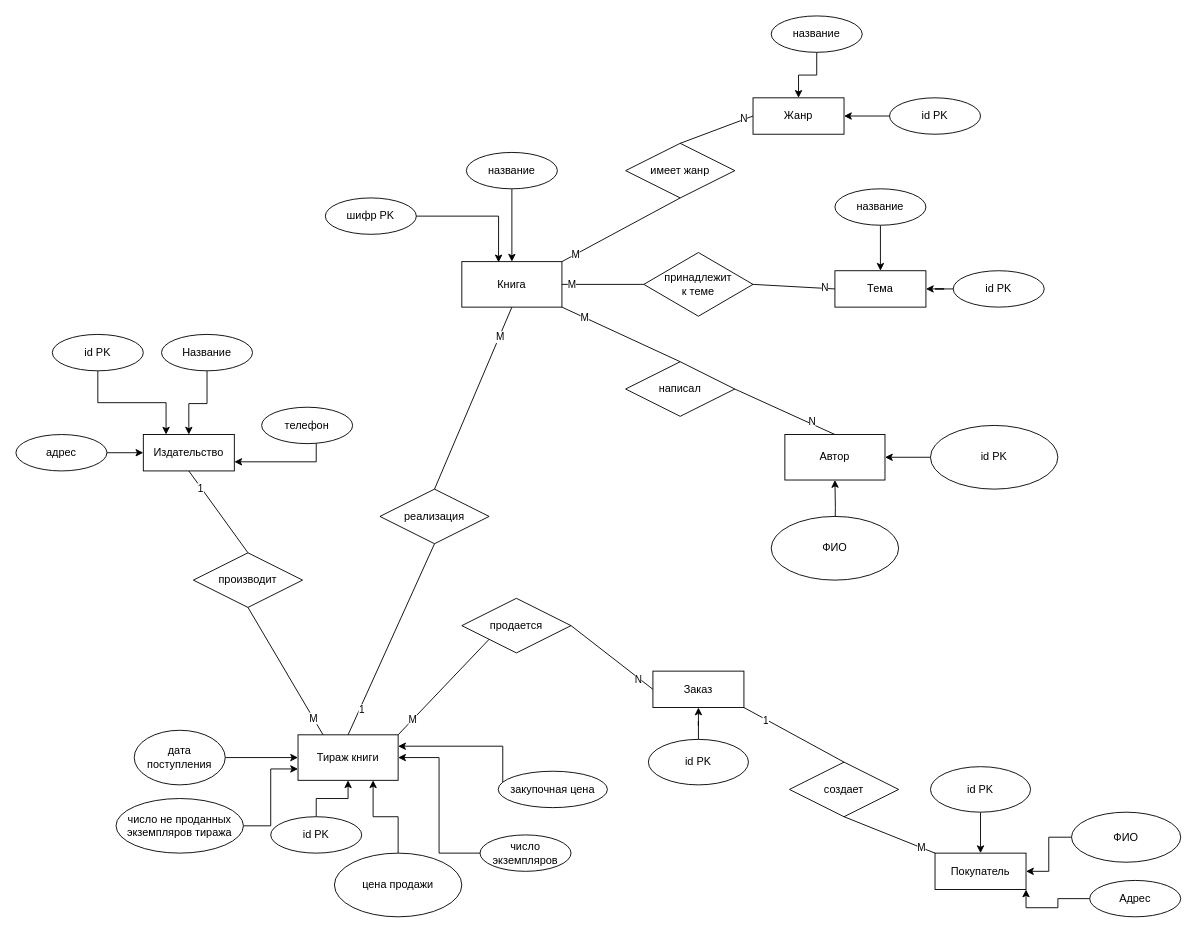
Above: sources/er_diagram.drawio in 202rna/sql_labs2025 (draw.io), before the change. Source tidied: cells renumbered, new cells numbered last; positions are measured from the earlier drawing's top-left corner, leaving out a move shared by most shapes. Both pictures are drawn from the tidied source at 91%, with x=0, y=0 at pixel (15, 15).
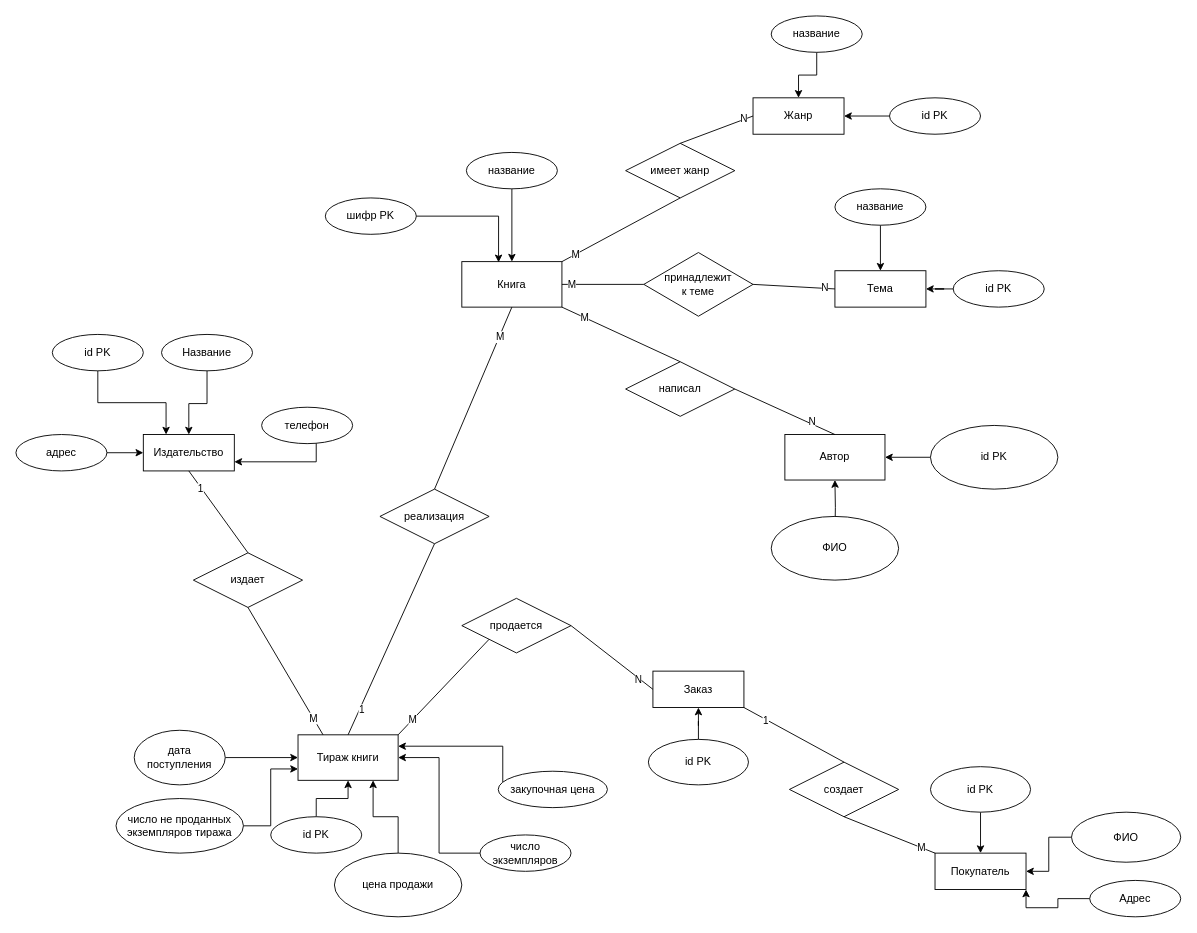
Above is the later version.

The edit, as a diff of the source:
```diff
@@
-    <mxCell id="50" value="производит" style="shape=rhombus;perimeter=rhombusPerimeter;whiteSpace=wrap;html=1;align=center;" parent="1" vertex="1">
+    <mxCell id="50" value="издает" style="shape=rhombus;perimeter=rhombusPerimeter;whiteSpace=wrap;html=1;align=center;" parent="1" vertex="1">
       <mxGeometry x="195" y="590" width="120" height="60" as="geometry" />
     </mxCell>
```
